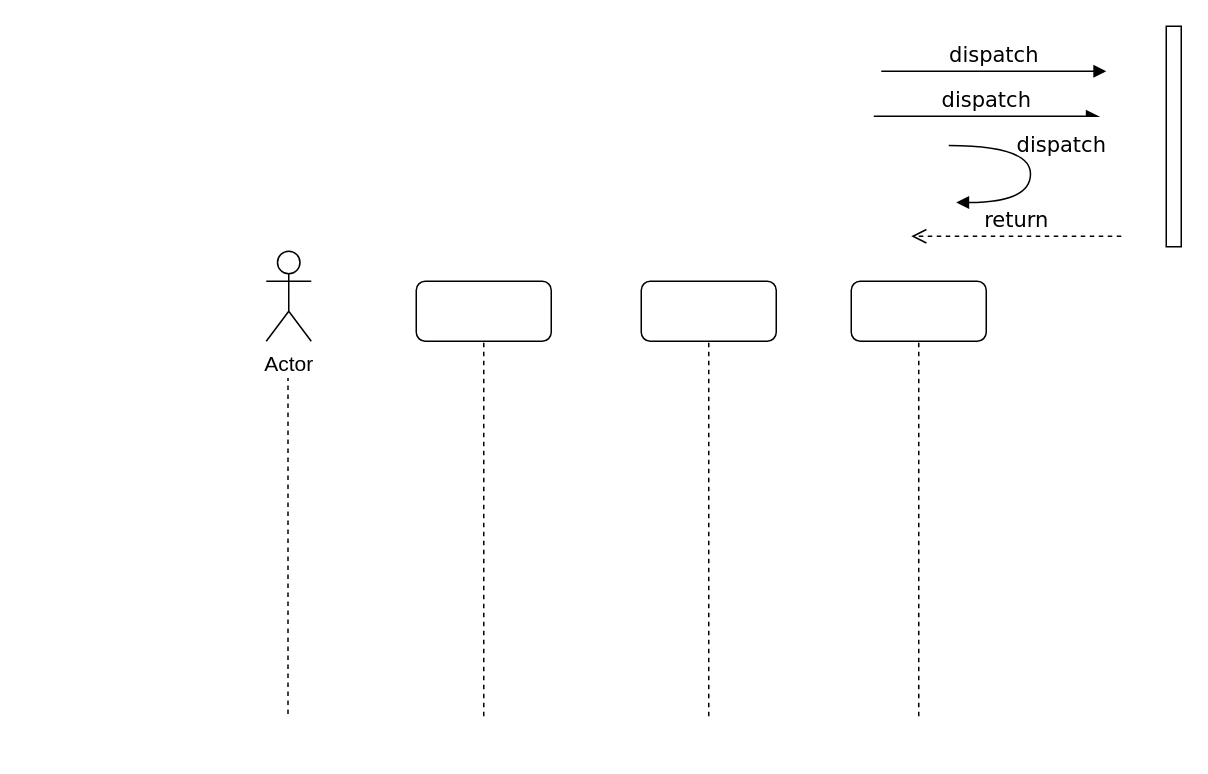
Earlier version of the draw.io diagram IOTManage/sequence-example.drawio (waterwatermelon/graph). Source tidied: cells renumbered, new cells numbered last; positions are measured from the earlier drawing's top-left corner, leaving out a move shared by most shapes. Both pictures are drawn from the tidied source at 150%, with x=0, y=0 at pixel (266, 26).
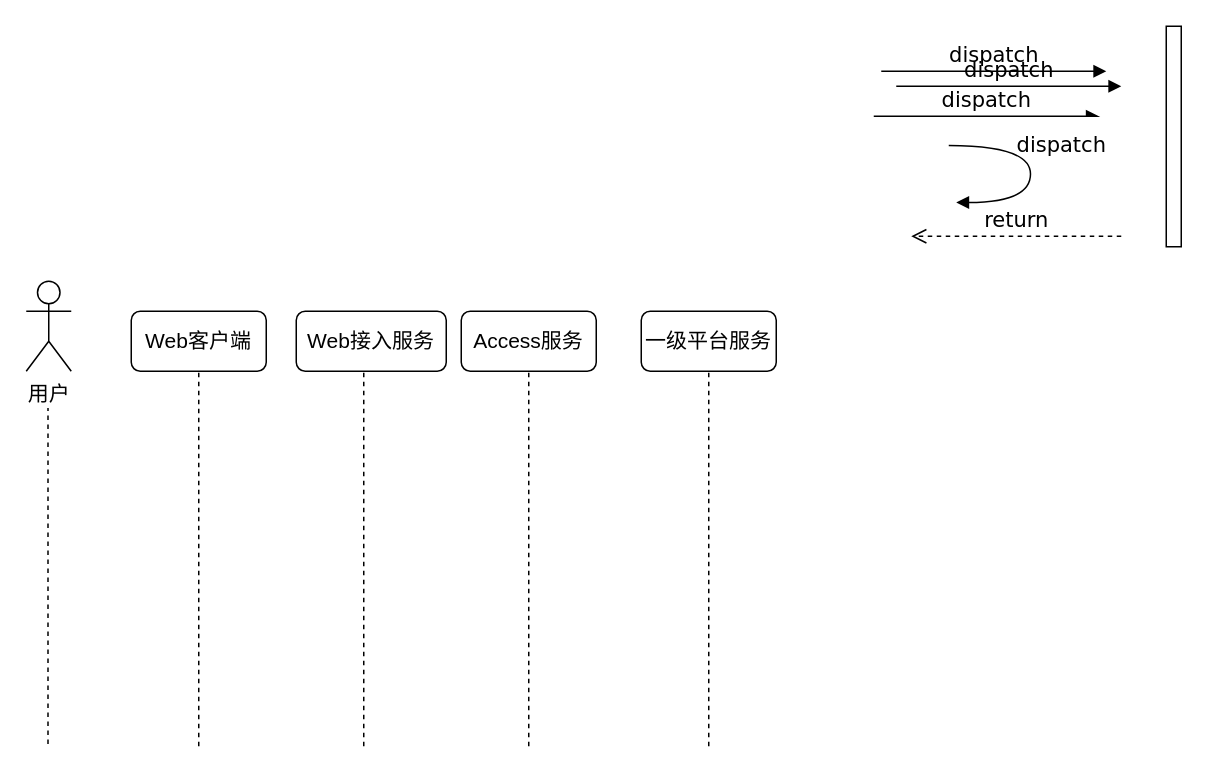
After the change.

Change to the diagram source:
```diff
@@
-    <mxCell id="4" value="Actor" style="shape=umlActor;verticalLabelPosition=bottom;labelBackgroundColor=#ffffff;verticalAlign=top;html=1;fontSize=14;fontColor=#000000;" parent="1" vertex="1">
-      <mxGeometry y="150" width="30" height="60" as="geometry" />
+    <mxCell id="4" value="用户" style="shape=umlActor;verticalLabelPosition=bottom;labelBackgroundColor=#ffffff;verticalAlign=top;html=1;fontSize=14;fontColor=#000000;" parent="1" vertex="1">
+      <mxGeometry x="-160" y="170" width="30" height="60" as="geometry" />
     </mxCell>
@@
-    <mxCell id="8" style="rounded=1;whiteSpace=wrap;html=1;fontSize=14;fontColor=#000000;" parent="1" vertex="1">
-      <mxGeometry x="100" y="170" width="90" height="40" as="geometry" />
+    <mxCell id="8" value="Web客户端" style="rounded=1;whiteSpace=wrap;html=1;fontSize=14;fontColor=#000000;" parent="1" vertex="1">
+      <mxGeometry x="-90" y="190" width="90" height="40" as="geometry" />
     </mxCell>
     <mxCell id="9" style="endArrow=none;dashed=1;html=1;fontSize=14;fontColor=#000000;" parent="1" edge="1">
       <mxGeometry relative="1" as="geometry">
-        <mxPoint x="145" y="460" as="sourcePoint" />
-        <mxPoint x="145" y="210" as="targetPoint" />
+        <mxPoint x="-45" y="480" as="sourcePoint" />
+        <mxPoint x="-45" y="230" as="targetPoint" />
       </mxGeometry>
     </mxCell>
     <mxCell id="10" style="endArrow=none;dashed=1;html=1;fontSize=14;fontColor=#000000;" parent="1" edge="1">
       <mxGeometry relative="1" as="geometry">
-        <mxPoint x="14.5" y="458.5" as="sourcePoint" />
-        <mxPoint x="14.5" y="234.5" as="targetPoint" />
+        <mxPoint x="-145.5" y="478.5" as="sourcePoint" />
+        <mxPoint x="-145.5" y="254.5" as="targetPoint" />
       </mxGeometry>
     </mxCell>
-    <mxCell id="11" style="rounded=1;whiteSpace=wrap;html=1;fontSize=14;fontColor=#000000;" parent="1" vertex="1">
-      <mxGeometry x="250" y="170" width="90" height="40" as="geometry" />
+    <mxCell id="11" value="&lt;span&gt;Web接入服务&lt;/span&gt;" style="rounded=1;whiteSpace=wrap;html=1;fontSize=14;fontColor=#000000;" parent="1" vertex="1">
+      <mxGeometry x="20" y="190" width="100" height="40" as="geometry" />
     </mxCell>
     <mxCell id="12" style="endArrow=none;dashed=1;html=1;fontSize=14;fontColor=#000000;" parent="1" edge="1">
       <mxGeometry relative="1" as="geometry">
-        <mxPoint x="295" y="460" as="sourcePoint" />
-        <mxPoint x="295" y="210" as="targetPoint" />
+        <mxPoint x="65" y="480" as="sourcePoint" />
+        <mxPoint x="65" y="230" as="targetPoint" />
       </mxGeometry>
     </mxCell>
-    <mxCell id="13" style="rounded=1;whiteSpace=wrap;html=1;fontSize=14;fontColor=#000000;" parent="1" vertex="1">
-      <mxGeometry x="390" y="170" width="90" height="40" as="geometry" />
+    <mxCell id="13" value="Access服务" style="rounded=1;whiteSpace=wrap;html=1;fontSize=14;fontColor=#000000;" parent="1" vertex="1">
+      <mxGeometry x="130" y="190" width="90" height="40" as="geometry" />
     </mxCell>
     <mxCell id="14" style="endArrow=none;dashed=1;html=1;fontSize=14;fontColor=#000000;" parent="1" edge="1">
       <mxGeometry relative="1" as="geometry">
-        <mxPoint x="435" y="460" as="sourcePoint" />
-        <mxPoint x="435" y="210" as="targetPoint" />
+        <mxPoint x="175" y="480" as="sourcePoint" />
+        <mxPoint x="175" y="230" as="targetPoint" />
       </mxGeometry>
     </mxCell>
+    <mxCell id="15" value="一级平台服务" style="rounded=1;whiteSpace=wrap;html=1;fontSize=14;fontColor=#000000;" parent="1" vertex="1">
+      <mxGeometry x="250" y="190" width="90" height="40" as="geometry" />
+    </mxCell>
+    <mxCell id="16" style="endArrow=none;dashed=1;html=1;fontSize=14;fontColor=#000000;" parent="1" edge="1">
+      <mxGeometry relative="1" as="geometry">
+        <mxPoint x="295" y="480" as="sourcePoint" />
+        <mxPoint x="295" y="230" as="targetPoint" />
+      </mxGeometry>
+    </mxCell>
+    <mxCell id="17" value="dispatch" style="html=1;verticalAlign=bottom;endArrow=block;entryX=0;entryY=0;labelBackgroundColor=none;fontFamily=Verdana;fontSize=14;elbow=vertical;fontColor=#000000;" parent="1" edge="1">
+      <mxGeometry relative="1" as="geometry">
+        <mxPoint x="420" y="40" as="sourcePoint" />
+        <mxPoint x="570" y="40" as="targetPoint" />
+      </mxGeometry>
+    </mxCell>
```
